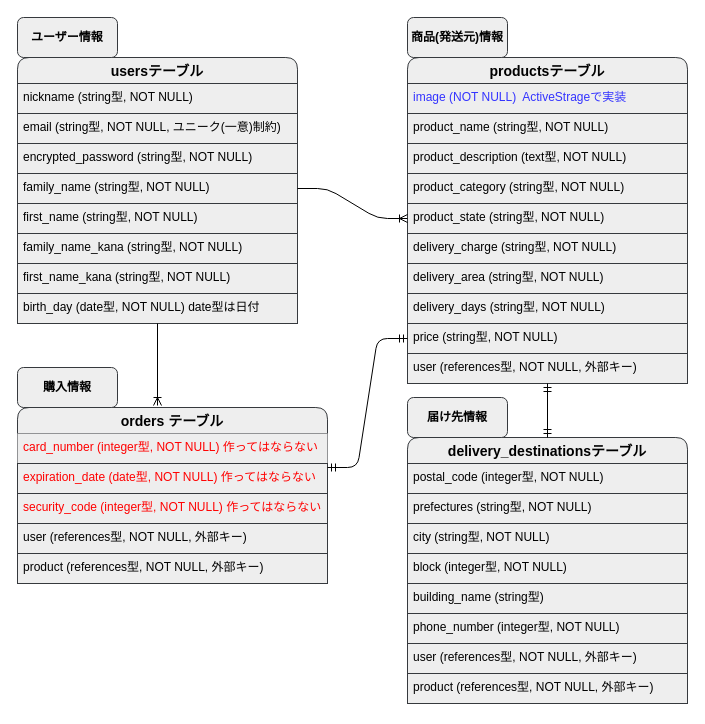
Before: ER図.dio in yoshitarotsuda/furima-37166, a draw.io diagram. Source tidied: cells renumbered, new cells numbered last; positions are measured from the earlier drawing's top-left corner, leaving out a move shared by most shapes. Both pictures are drawn from the tidied source at 100%, with x=0, y=0 at pixel (17, 17).
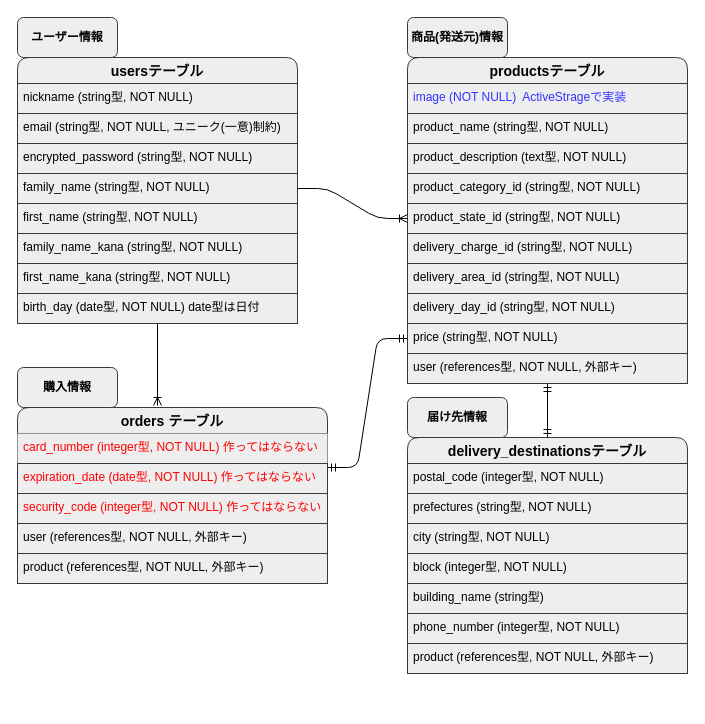
After the change.

Commit message (it also covers changes not shown here):
プルダウン箇所の修正

The change refers to these unchanged cells:
```xml
<mxCell id="12" value="productsテーブル" style="swimlane;fontStyle=1;horizontal=1;startSize=26;align=center;fontSize=14;rounded=1;labelBackgroundColor=none;fillColor=#eeeeee;strokeColor=#36393d;fontColor=#000000;" parent="1" vertex="1">
  <mxGeometry x="390" y="40" width="280" height="326" as="geometry" />
</mxCell>
```

Diff of the diagram source:
```diff
@@
-    <mxCell id="16" value="product_category (string型, NOT NULL)" style="text;strokeColor=#36393d;fillColor=#eeeeee;spacingLeft=4;spacingRight=4;overflow=hidden;fontSize=12;labelBackgroundColor=none;fontColor=#000000;" parent="12" vertex="1">
+    <mxCell id="16" value="product_category_id (string型, NOT NULL)" style="text;strokeColor=#36393d;fillColor=#eeeeee;spacingLeft=4;spacingRight=4;overflow=hidden;fontSize=12;labelBackgroundColor=none;fontColor=#000000;" parent="12" vertex="1">
       <mxGeometry y="116" width="280" height="30" as="geometry" />
     </mxCell>
-    <mxCell id="17" value="product_state (string型, NOT NULL)" style="text;strokeColor=#36393d;fillColor=#eeeeee;spacingLeft=4;spacingRight=4;overflow=hidden;points=[[0,0.5],[1,0.5]];portConstraint=eastwest;fontSize=12;labelBackgroundColor=none;fontColor=#000000;" parent="12" vertex="1">
+    <mxCell id="17" value="product_state_id (string型, NOT NULL)" style="text;strokeColor=#36393d;fillColor=#eeeeee;spacingLeft=4;spacingRight=4;overflow=hidden;points=[[0,0.5],[1,0.5]];portConstraint=eastwest;fontSize=12;labelBackgroundColor=none;fontColor=#000000;" parent="12" vertex="1">
       <mxGeometry y="146" width="280" height="30" as="geometry" />
     </mxCell>
-    <mxCell id="18" value="delivery_charge (string型, NOT NULL)" style="text;strokeColor=#36393d;fillColor=#eeeeee;spacingLeft=4;spacingRight=4;overflow=hidden;fontSize=12;fontColor=#000000;" parent="12" vertex="1">
+    <mxCell id="18" value="delivery_charge_id (string型, NOT NULL)" style="text;strokeColor=#36393d;fillColor=#eeeeee;spacingLeft=4;spacingRight=4;overflow=hidden;fontSize=12;fontColor=#000000;" parent="12" vertex="1">
       <mxGeometry y="176" width="280" height="30" as="geometry" />
     </mxCell>
-    <mxCell id="19" value="delivery_area (string型, NOT NULL)" style="text;strokeColor=#36393d;fillColor=#eeeeee;spacingLeft=4;spacingRight=4;overflow=hidden;fontSize=12;fontColor=#000000;" parent="12" vertex="1">
+    <mxCell id="19" value="delivery_area_id (string型, NOT NULL)" style="text;strokeColor=#36393d;fillColor=#eeeeee;spacingLeft=4;spacingRight=4;overflow=hidden;fontSize=12;fontColor=#000000;" parent="12" vertex="1">
       <mxGeometry y="206" width="280" height="30" as="geometry" />
     </mxCell>
-    <mxCell id="20" value="delivery_days (string型, NOT NULL)" style="text;strokeColor=#36393d;fillColor=#eeeeee;spacingLeft=4;spacingRight=4;overflow=hidden;fontSize=12;fontColor=#000000;" parent="12" vertex="1">
+    <mxCell id="20" value="delivery_day_id (string型, NOT NULL)" style="text;strokeColor=#36393d;fillColor=#eeeeee;spacingLeft=4;spacingRight=4;overflow=hidden;fontSize=12;fontColor=#000000;" parent="12" vertex="1">
       <mxGeometry y="236" width="280" height="30" as="geometry" />
     </mxCell>
@@
     <mxCell id="30" value="delivery_destinationsテーブル" style="swimlane;fontStyle=1;horizontal=1;startSize=26;align=center;fontSize=14;rounded=1;labelBackgroundColor=none;fillColor=#eeeeee;strokeColor=#36393d;fontColor=#000000;" parent="1" vertex="1">
-      <mxGeometry x="390" y="420" width="280" height="266" as="geometry" />
+      <mxGeometry x="390" y="420" width="280" height="236" as="geometry" />
     </mxCell>
@@
-    <mxCell id="37" value="user (references型, NOT NULL, 外部キー)" style="text;strokeColor=#36393d;fillColor=#eeeeee;spacingLeft=4;spacingRight=4;overflow=hidden;fontSize=12;fontColor=#000000;" parent="30" vertex="1">
-      <mxGeometry y="206" width="280" height="30" as="geometry" />
-    </mxCell>
     <mxCell id="38" value="product (references型, NOT NULL, 外部キー)" style="text;strokeColor=#36393d;fillColor=#eeeeee;spacingLeft=4;spacingRight=4;overflow=hidden;fontSize=12;fontColor=#000000;" parent="30" vertex="1">
-      <mxGeometry y="236" width="280" height="30" as="geometry" />
+      <mxGeometry y="206" width="280" height="30" as="geometry" />
     </mxCell>
```
